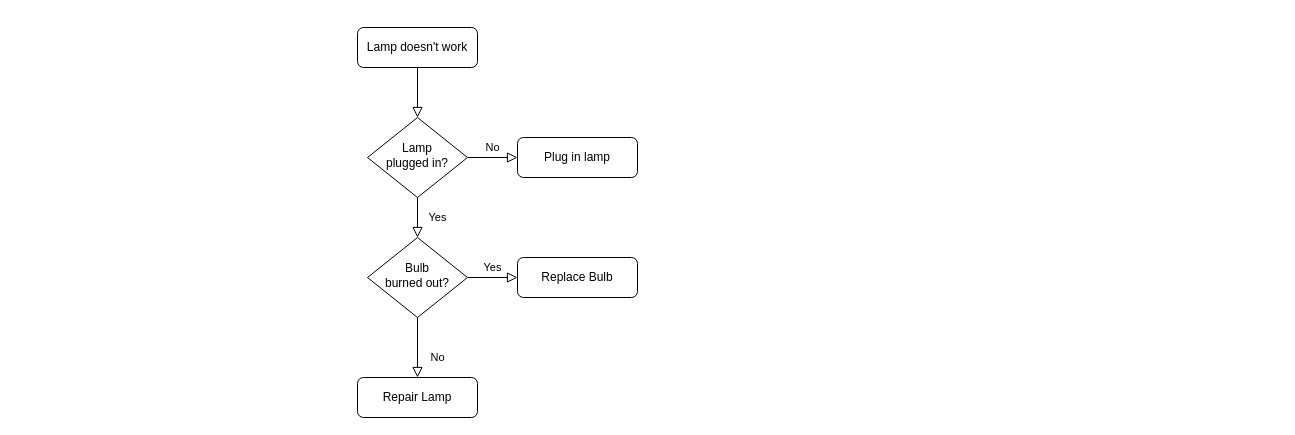
The draw.io diagram Untitled Diagram.drawio in yubinbin/yubinbin.github.io, before the edit. Source tidied: cells renumbered, new cells numbered last; positions are measured from the earlier drawing's top-left corner, leaving out a move shared by most shapes. Both pictures are drawn from the tidied source at 100%, with x=0, y=0 at pixel (357, 27).
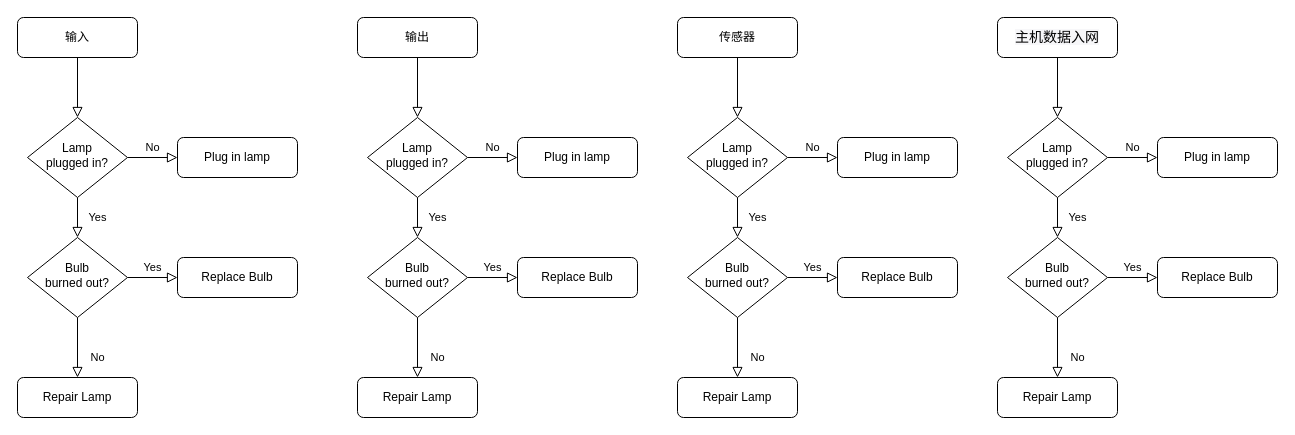
Above is the later version.

Commit message:
tmIotStudio设备筛选流程图.drawio

The edit, as a diff of the source:
```diff
@@
-    <mxCell id="3" value="Lamp doesn't work" style="rounded=1;whiteSpace=wrap;html=1;fontSize=12;glass=0;strokeWidth=1;shadow=0;" parent="1" vertex="1">
-      <mxGeometry width="120" height="40" as="geometry" />
+    <mxCell id="3" value="输出" style="rounded=1;whiteSpace=wrap;html=1;fontSize=12;glass=0;strokeWidth=1;shadow=0;" parent="1" vertex="1">
+      <mxGeometry y="-10" width="120" height="40" as="geometry" />
     </mxCell>
@@
+    <mxCell id="13" style="rounded=0;html=1;jettySize=auto;fontSize=11;endArrow=block;endFill=0;endSize=8;strokeWidth=1;shadow=0;labelBackgroundColor=none;edgeStyle=orthogonalEdgeStyle;" parent="1" edge="1" source="14" target="17">
+      <mxGeometry relative="1" as="geometry" />
+    </mxCell>
+    <mxCell id="14" value="传感器" style="rounded=1;whiteSpace=wrap;html=1;fontSize=12;glass=0;strokeWidth=1;shadow=0;" parent="1" vertex="1">
+      <mxGeometry x="320" y="-10" width="120" height="40" as="geometry" />
+    </mxCell>
+    <mxCell id="15" value="Yes" style="rounded=0;html=1;jettySize=auto;fontSize=11;endArrow=block;endFill=0;endSize=8;strokeWidth=1;shadow=0;labelBackgroundColor=none;edgeStyle=orthogonalEdgeStyle;" parent="1" edge="1" source="17" target="21">
+      <mxGeometry y="20" relative="1" as="geometry" />
+    </mxCell>
+    <mxCell id="16" value="No" style="edgeStyle=orthogonalEdgeStyle;rounded=0;html=1;jettySize=auto;fontSize=11;endArrow=block;endFill=0;endSize=8;strokeWidth=1;shadow=0;labelBackgroundColor=none;" parent="1" edge="1" source="17" target="18">
+      <mxGeometry y="10" relative="1" as="geometry" />
+    </mxCell>
+    <mxCell id="17" value="Lamp&lt;br&gt;plugged in?" style="rhombus;whiteSpace=wrap;html=1;shadow=0;fontFamily=Helvetica;fontSize=12;align=center;strokeWidth=1;spacing=6;spacingTop=-4;" parent="1" vertex="1">
+      <mxGeometry x="330" y="90" width="100" height="80" as="geometry" />
+    </mxCell>
+    <mxCell id="18" value="Plug in lamp" style="rounded=1;whiteSpace=wrap;html=1;fontSize=12;glass=0;strokeWidth=1;shadow=0;" parent="1" vertex="1">
+      <mxGeometry x="480" y="110" width="120" height="40" as="geometry" />
+    </mxCell>
+    <mxCell id="19" value="No" style="rounded=0;html=1;jettySize=auto;fontSize=11;endArrow=block;endFill=0;endSize=8;strokeWidth=1;shadow=0;labelBackgroundColor=none;edgeStyle=orthogonalEdgeStyle;" parent="1" edge="1" source="21" target="22">
+      <mxGeometry x="0.33" y="20" relative="1" as="geometry" />
+    </mxCell>
+    <mxCell id="20" value="Yes" style="edgeStyle=orthogonalEdgeStyle;rounded=0;html=1;jettySize=auto;fontSize=11;endArrow=block;endFill=0;endSize=8;strokeWidth=1;shadow=0;labelBackgroundColor=none;" parent="1" edge="1" source="21" target="23">
+      <mxGeometry y="10" relative="1" as="geometry" />
+    </mxCell>
+    <mxCell id="21" value="Bulb&lt;br&gt;burned out?" style="rhombus;whiteSpace=wrap;html=1;shadow=0;fontFamily=Helvetica;fontSize=12;align=center;strokeWidth=1;spacing=6;spacingTop=-4;" parent="1" vertex="1">
+      <mxGeometry x="330" y="210" width="100" height="80" as="geometry" />
+    </mxCell>
+    <mxCell id="22" value="Repair Lamp" style="rounded=1;whiteSpace=wrap;html=1;fontSize=12;glass=0;strokeWidth=1;shadow=0;" parent="1" vertex="1">
+      <mxGeometry x="320" y="350" width="120" height="40" as="geometry" />
+    </mxCell>
+    <mxCell id="23" value="Replace Bulb" style="rounded=1;whiteSpace=wrap;html=1;fontSize=12;glass=0;strokeWidth=1;shadow=0;" parent="1" vertex="1">
+      <mxGeometry x="480" y="230" width="120" height="40" as="geometry" />
+    </mxCell>
+    <mxCell id="24" style="rounded=0;html=1;jettySize=auto;fontSize=11;endArrow=block;endFill=0;endSize=8;strokeWidth=1;shadow=0;labelBackgroundColor=none;edgeStyle=orthogonalEdgeStyle;" parent="1" edge="1" source="25" target="28">
+      <mxGeometry relative="1" as="geometry" />
+    </mxCell>
+    <mxCell id="25" value="&lt;span style=&quot;font-size: 14px ; text-align: left ; background-color: rgb(247 , 247 , 249)&quot;&gt;主机数据入网&lt;/span&gt;" style="rounded=1;whiteSpace=wrap;html=1;fontSize=12;glass=0;strokeWidth=1;shadow=0;" parent="1" vertex="1">
+      <mxGeometry x="640" y="-10" width="120" height="40" as="geometry" />
+    </mxCell>
+    <mxCell id="26" value="Yes" style="rounded=0;html=1;jettySize=auto;fontSize=11;endArrow=block;endFill=0;endSize=8;strokeWidth=1;shadow=0;labelBackgroundColor=none;edgeStyle=orthogonalEdgeStyle;" parent="1" edge="1" source="28" target="32">
+      <mxGeometry y="20" relative="1" as="geometry" />
+    </mxCell>
+    <mxCell id="27" value="No" style="edgeStyle=orthogonalEdgeStyle;rounded=0;html=1;jettySize=auto;fontSize=11;endArrow=block;endFill=0;endSize=8;strokeWidth=1;shadow=0;labelBackgroundColor=none;" parent="1" edge="1" source="28" target="29">
+      <mxGeometry y="10" relative="1" as="geometry" />
+    </mxCell>
+    <mxCell id="28" value="Lamp&lt;br&gt;plugged in?" style="rhombus;whiteSpace=wrap;html=1;shadow=0;fontFamily=Helvetica;fontSize=12;align=center;strokeWidth=1;spacing=6;spacingTop=-4;" parent="1" vertex="1">
+      <mxGeometry x="650" y="90" width="100" height="80" as="geometry" />
+    </mxCell>
+    <mxCell id="29" value="Plug in lamp" style="rounded=1;whiteSpace=wrap;html=1;fontSize=12;glass=0;strokeWidth=1;shadow=0;" parent="1" vertex="1">
+      <mxGeometry x="800" y="110" width="120" height="40" as="geometry" />
+    </mxCell>
+    <mxCell id="30" value="No" style="rounded=0;html=1;jettySize=auto;fontSize=11;endArrow=block;endFill=0;endSize=8;strokeWidth=1;shadow=0;labelBackgroundColor=none;edgeStyle=orthogonalEdgeStyle;" parent="1" edge="1" source="32" target="33">
+      <mxGeometry x="0.33" y="20" relative="1" as="geometry" />
+    </mxCell>
+    <mxCell id="31" value="Yes" style="edgeStyle=orthogonalEdgeStyle;rounded=0;html=1;jettySize=auto;fontSize=11;endArrow=block;endFill=0;endSize=8;strokeWidth=1;shadow=0;labelBackgroundColor=none;" parent="1" edge="1" source="32" target="34">
+      <mxGeometry y="10" relative="1" as="geometry" />
+    </mxCell>
+    <mxCell id="32" value="Bulb&lt;br&gt;burned out?" style="rhombus;whiteSpace=wrap;html=1;shadow=0;fontFamily=Helvetica;fontSize=12;align=center;strokeWidth=1;spacing=6;spacingTop=-4;" parent="1" vertex="1">
+      <mxGeometry x="650" y="210" width="100" height="80" as="geometry" />
+    </mxCell>
+    <mxCell id="33" value="Repair Lamp" style="rounded=1;whiteSpace=wrap;html=1;fontSize=12;glass=0;strokeWidth=1;shadow=0;" parent="1" vertex="1">
+      <mxGeometry x="640" y="350" width="120" height="40" as="geometry" />
+    </mxCell>
+    <mxCell id="34" value="Replace Bulb" style="rounded=1;whiteSpace=wrap;html=1;fontSize=12;glass=0;strokeWidth=1;shadow=0;" parent="1" vertex="1">
+      <mxGeometry x="800" y="230" width="120" height="40" as="geometry" />
+    </mxCell>
+    <mxCell id="35" style="rounded=0;html=1;jettySize=auto;fontSize=11;endArrow=block;endFill=0;endSize=8;strokeWidth=1;shadow=0;labelBackgroundColor=none;edgeStyle=orthogonalEdgeStyle;" parent="1" edge="1" source="36" target="39">
+      <mxGeometry relative="1" as="geometry" />
+    </mxCell>
+    <mxCell id="36" value="输入" style="rounded=1;whiteSpace=wrap;html=1;fontSize=12;glass=0;strokeWidth=1;shadow=0;" parent="1" vertex="1">
+      <mxGeometry x="-340" y="-10" width="120" height="40" as="geometry" />
+    </mxCell>
+    <mxCell id="37" value="Yes" style="rounded=0;html=1;jettySize=auto;fontSize=11;endArrow=block;endFill=0;endSize=8;strokeWidth=1;shadow=0;labelBackgroundColor=none;edgeStyle=orthogonalEdgeStyle;" parent="1" edge="1" source="39" target="43">
+      <mxGeometry y="20" relative="1" as="geometry" />
+    </mxCell>
+    <mxCell id="38" value="No" style="edgeStyle=orthogonalEdgeStyle;rounded=0;html=1;jettySize=auto;fontSize=11;endArrow=block;endFill=0;endSize=8;strokeWidth=1;shadow=0;labelBackgroundColor=none;" parent="1" edge="1" source="39" target="40">
+      <mxGeometry y="10" relative="1" as="geometry" />
+    </mxCell>
+    <mxCell id="39" value="Lamp&lt;br&gt;plugged in?" style="rhombus;whiteSpace=wrap;html=1;shadow=0;fontFamily=Helvetica;fontSize=12;align=center;strokeWidth=1;spacing=6;spacingTop=-4;" parent="1" vertex="1">
+      <mxGeometry x="-330" y="90" width="100" height="80" as="geometry" />
+    </mxCell>
+    <mxCell id="40" value="Plug in lamp" style="rounded=1;whiteSpace=wrap;html=1;fontSize=12;glass=0;strokeWidth=1;shadow=0;" parent="1" vertex="1">
+      <mxGeometry x="-180" y="110" width="120" height="40" as="geometry" />
+    </mxCell>
+    <mxCell id="41" value="No" style="rounded=0;html=1;jettySize=auto;fontSize=11;endArrow=block;endFill=0;endSize=8;strokeWidth=1;shadow=0;labelBackgroundColor=none;edgeStyle=orthogonalEdgeStyle;" parent="1" edge="1" source="43" target="44">
+      <mxGeometry x="0.33" y="20" relative="1" as="geometry" />
+    </mxCell>
+    <mxCell id="42" value="Yes" style="edgeStyle=orthogonalEdgeStyle;rounded=0;html=1;jettySize=auto;fontSize=11;endArrow=block;endFill=0;endSize=8;strokeWidth=1;shadow=0;labelBackgroundColor=none;" parent="1" edge="1" source="43" target="45">
+      <mxGeometry y="10" relative="1" as="geometry" />
+    </mxCell>
+    <mxCell id="43" value="Bulb&lt;br&gt;burned out?" style="rhombus;whiteSpace=wrap;html=1;shadow=0;fontFamily=Helvetica;fontSize=12;align=center;strokeWidth=1;spacing=6;spacingTop=-4;" parent="1" vertex="1">
+      <mxGeometry x="-330" y="210" width="100" height="80" as="geometry" />
+    </mxCell>
+    <mxCell id="44" value="Repair Lamp" style="rounded=1;whiteSpace=wrap;html=1;fontSize=12;glass=0;strokeWidth=1;shadow=0;" parent="1" vertex="1">
+      <mxGeometry x="-340" y="350" width="120" height="40" as="geometry" />
+    </mxCell>
+    <mxCell id="45" value="Replace Bulb" style="rounded=1;whiteSpace=wrap;html=1;fontSize=12;glass=0;strokeWidth=1;shadow=0;" parent="1" vertex="1">
+      <mxGeometry x="-180" y="230" width="120" height="40" as="geometry" />
+    </mxCell>
```
